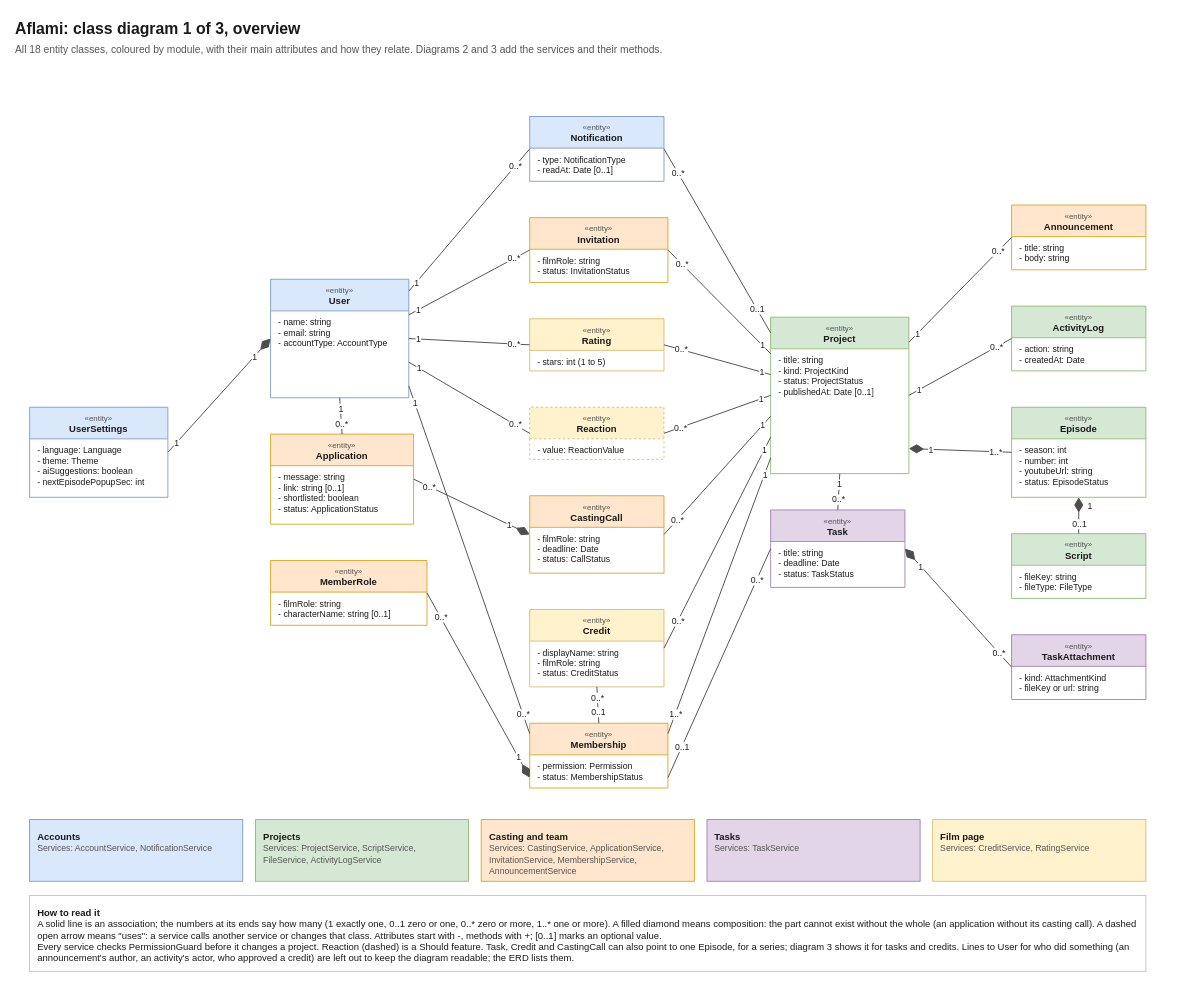
The draw.io diagram design/diagrams/Aflami_Class_Diagram.drawio in Anas-Azib/Aflami, before the edit. Source tidied: cells renumbered, new cells numbered last; positions are measured from the earlier drawing's top-left corner, leaving out a move shared by most shapes. Both pictures are drawn from the tidied source at 79%, with x=0, y=0 at pixel (13, 13).
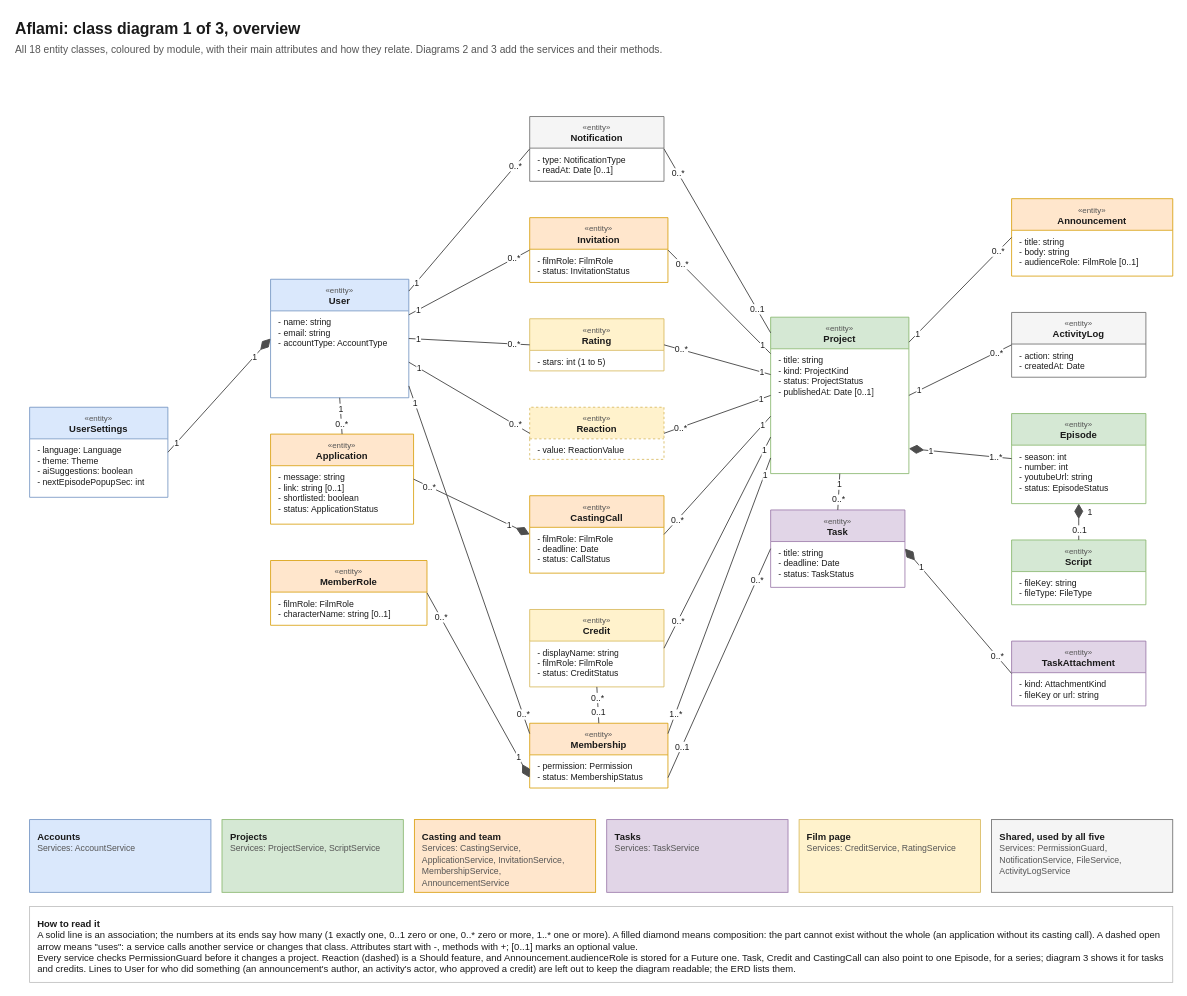
Above is the later version.

Unchanged cells that the change refers to:
```xml
<mxCell id="19" value="&lt;font style=&quot;font-size: 10px;&quot; color=&quot;#555555&quot;&gt;«entity»&lt;/font&gt;&lt;br&gt;&lt;b&gt;CastingCall&lt;/b&gt;" style="swimlane;fontStyle=0;align=center;verticalAlign=top;horizontal=1;startSize=40;whiteSpace=wrap;html=1;fillColor=#FFE6CC;strokeColor=#D79B00;swimlaneFillColor=#FFFFFF;fontSize=12;fontColor=#1A1A1A;" parent="1" vertex="1">
  <mxGeometry x="653" y="610" width="170" height="98" as="geometry" />
</mxCell>
<mxCell id="23" value="&lt;font style=&quot;font-size: 10px;&quot; color=&quot;#555555&quot;&gt;«entity»&lt;/font&gt;&lt;br&gt;&lt;b&gt;Invitation&lt;/b&gt;" style="swimlane;fontStyle=0;align=center;verticalAlign=top;horizontal=1;startSize=40;whiteSpace=wrap;html=1;fillColor=#FFE6CC;strokeColor=#D79B00;swimlaneFillColor=#FFFFFF;fontSize=12;fontColor=#1A1A1A;" parent="1" vertex="1">
  <mxGeometry x="653" y="258" width="175" height="82" as="geometry" />
</mxCell>
<mxCell id="27" value="&lt;font style=&quot;font-size: 10px;&quot; color=&quot;#555555&quot;&gt;«entity»&lt;/font&gt;&lt;br&gt;&lt;b&gt;MemberRole&lt;/b&gt;" style="swimlane;fontStyle=0;align=center;verticalAlign=top;horizontal=1;startSize=40;whiteSpace=wrap;html=1;fillColor=#FFE6CC;strokeColor=#D79B00;swimlaneFillColor=#FFFFFF;fontSize=12;fontColor=#1A1A1A;" parent="1" vertex="1">
  <mxGeometry x="325" y="692" width="198" height="82" as="geometry" />
</mxCell>
<mxCell id="33" value="&lt;font style=&quot;font-size: 10px;&quot; color=&quot;#555555&quot;&gt;«entity»&lt;/font&gt;&lt;br&gt;&lt;b&gt;Credit&lt;/b&gt;" style="swimlane;fontStyle=0;align=center;verticalAlign=top;horizontal=1;startSize=40;whiteSpace=wrap;html=1;fillColor=#FFF2CC;strokeColor=#D6B656;swimlaneFillColor=#FFFFFF;fontSize=12;fontColor=#1A1A1A;" parent="1" vertex="1">
  <mxGeometry x="653" y="754" width="170" height="98" as="geometry" />
</mxCell>
<mxCell id="90" style="html=1;rounded=0;strokeColor=#4D4D4D;strokeWidth=1.2;fontSize=11;fontColor=#4D4D4D;labelBackgroundColor=#FFFFFF;endArrow=diamondThin;endFill=1;endSize=16;startArrow=none;exitX=0.0000;exitY=0.5000;exitDx=0;exitDy=0;entryX=1.0000;entryY=0.5000;entryDx=0;entryDy=0;exitPerimeter=0;entryPerimeter=0;" parent="1" edge="1" source="31" target="29">
  <mxGeometry relative="1" as="geometry" />
</mxCell>
<mxCell id="99" style="html=1;rounded=0;strokeColor=#4D4D4D;strokeWidth=1.2;fontSize=11;fontColor=#4D4D4D;labelBackgroundColor=#FFFFFF;endArrow=diamondThin;endFill=1;endSize=16;startArrow=none;exitX=0.0000;exitY=0.5000;exitDx=0;exitDy=0;entryX=1.0000;entryY=0.8400;entryDx=0;entryDy=0;exitPerimeter=0;entryPerimeter=0;" parent="1" edge="1" source="11" target="9">
  <mxGeometry relative="1" as="geometry" />
</mxCell>
<mxCell id="108" style="html=1;rounded=0;strokeColor=#4D4D4D;strokeWidth=1.2;fontSize=11;fontColor=#4D4D4D;labelBackgroundColor=#FFFFFF;endArrow=none;startArrow=none;exitX=0.0000;exitY=0.5000;exitDx=0;exitDy=0;entryX=1.0000;entryY=0.5000;entryDx=0;entryDy=0;exitPerimeter=0;entryPerimeter=0;" parent="1" edge="1" source="17" target="9">
  <mxGeometry relative="1" as="geometry" />
</mxCell>
```

Change to the diagram source:
```diff
@@
-    <mxCell id="7" value="&lt;font style=&quot;font-size: 10px;&quot; color=&quot;#555555&quot;&gt;«entity»&lt;/font&gt;&lt;br&gt;&lt;b&gt;Notification&lt;/b&gt;" style="swimlane;fontStyle=0;align=center;verticalAlign=top;horizontal=1;startSize=40;whiteSpace=wrap;html=1;fillColor=#DAE8FC;strokeColor=#6C8EBF;swimlaneFillColor=#FFFFFF;fontSize=12;fontColor=#1A1A1A;" parent="1" vertex="1">
+    <mxCell id="7" value="&lt;font style=&quot;font-size: 10px;&quot; color=&quot;#555555&quot;&gt;«entity»&lt;/font&gt;&lt;br&gt;&lt;b&gt;Notification&lt;/b&gt;" style="swimlane;fontStyle=0;align=center;verticalAlign=top;horizontal=1;startSize=40;whiteSpace=wrap;html=1;fillColor=#F5F5F5;strokeColor=#666666;swimlaneFillColor=#FFFFFF;fontSize=12;fontColor=#1A1A1A;" parent="1" vertex="1">
       <mxGeometry x="653" y="130" width="170" height="82" as="geometry" />
     </mxCell>
@@
     <mxCell id="11" value="&lt;font style=&quot;font-size: 10px;&quot; color=&quot;#555555&quot;&gt;«entity»&lt;/font&gt;&lt;br&gt;&lt;b&gt;Episode&lt;/b&gt;" style="swimlane;fontStyle=0;align=center;verticalAlign=top;horizontal=1;startSize=40;whiteSpace=wrap;html=1;fillColor=#D5E8D4;strokeColor=#82B366;swimlaneFillColor=#FFFFFF;fontSize=12;fontColor=#1A1A1A;" parent="1" vertex="1">
-      <mxGeometry x="1263" y="498" width="170" height="114" as="geometry" />
+      <mxGeometry x="1263" y="506" width="170" height="114" as="geometry" />
     </mxCell>
@@
     <mxCell id="13" value="&lt;font style=&quot;font-size: 10px;&quot; color=&quot;#555555&quot;&gt;«entity»&lt;/font&gt;&lt;br&gt;&lt;b&gt;Script&lt;/b&gt;" style="swimlane;fontStyle=0;align=center;verticalAlign=top;horizontal=1;startSize=40;whiteSpace=wrap;html=1;fillColor=#D5E8D4;strokeColor=#82B366;swimlaneFillColor=#FFFFFF;fontSize=12;fontColor=#1A1A1A;" parent="1" vertex="1">
-      <mxGeometry x="1263" y="658" width="170" height="82" as="geometry" />
+      <mxGeometry x="1263" y="666" width="170" height="82" as="geometry" />
     </mxCell>
@@
     <mxCell id="15" value="&lt;font style=&quot;font-size: 10px;&quot; color=&quot;#555555&quot;&gt;«entity»&lt;/font&gt;&lt;br&gt;&lt;b&gt;Announcement&lt;/b&gt;" style="swimlane;fontStyle=0;align=center;verticalAlign=top;horizontal=1;startSize=40;whiteSpace=wrap;html=1;fillColor=#FFE6CC;strokeColor=#D79B00;swimlaneFillColor=#FFFFFF;fontSize=12;fontColor=#1A1A1A;" parent="1" vertex="1">
-      <mxGeometry x="1263" y="242" width="170" height="82" as="geometry" />
+      <mxGeometry x="1263" y="234" width="204" height="98" as="geometry" />
     </mxCell>
-    <mxCell id="16" value="- title: string&lt;br&gt;- body: string" style="text;strokeColor=none;fillColor=none;align=left;verticalAlign=top;spacingLeft=8;spacingRight=4;spacingTop=2;overflow=hidden;whiteSpace=wrap;html=1;fontSize=11;fontColor=#1A1A1A;" parent="15" vertex="1">
-      <mxGeometry y="40" width="170" height="42" as="geometry" />
+    <mxCell id="16" value="- title: string&lt;br&gt;- body: string&lt;br&gt;- audienceRole: FilmRole [0..1]" style="text;strokeColor=none;fillColor=none;align=left;verticalAlign=top;spacingLeft=8;spacingRight=4;spacingTop=2;overflow=hidden;whiteSpace=wrap;html=1;fontSize=11;fontColor=#1A1A1A;" parent="15" vertex="1">
+      <mxGeometry y="40" width="204" height="58" as="geometry" />
     </mxCell>
-    <mxCell id="17" value="&lt;font style=&quot;font-size: 10px;&quot; color=&quot;#555555&quot;&gt;«entity»&lt;/font&gt;&lt;br&gt;&lt;b&gt;ActivityLog&lt;/b&gt;" style="swimlane;fontStyle=0;align=center;verticalAlign=top;horizontal=1;startSize=40;whiteSpace=wrap;html=1;fillColor=#D5E8D4;strokeColor=#82B366;swimlaneFillColor=#FFFFFF;fontSize=12;fontColor=#1A1A1A;" parent="1" vertex="1">
-      <mxGeometry x="1263" y="370" width="170" height="82" as="geometry" />
+    <mxCell id="17" value="&lt;font style=&quot;font-size: 10px;&quot; color=&quot;#555555&quot;&gt;«entity»&lt;/font&gt;&lt;br&gt;&lt;b&gt;ActivityLog&lt;/b&gt;" style="swimlane;fontStyle=0;align=center;verticalAlign=top;horizontal=1;startSize=40;whiteSpace=wrap;html=1;fillColor=#F5F5F5;strokeColor=#666666;swimlaneFillColor=#FFFFFF;fontSize=12;fontColor=#1A1A1A;" parent="1" vertex="1">
+      <mxGeometry x="1263" y="378" width="170" height="82" as="geometry" />
     </mxCell>
@@
-    <mxCell id="20" value="- filmRole: string&lt;br&gt;- deadline: Date&lt;br&gt;- status: CallStatus" style="text;strokeColor=none;fillColor=none;align=left;verticalAlign=top;spacingLeft=8;spacingRight=4;spacingTop=2;overflow=hidden;whiteSpace=wrap;html=1;fontSize=11;fontColor=#1A1A1A;" parent="19" vertex="1">
+    <mxCell id="20" value="- filmRole: FilmRole&lt;br&gt;- deadline: Date&lt;br&gt;- status: CallStatus" style="text;strokeColor=none;fillColor=none;align=left;verticalAlign=top;spacingLeft=8;spacingRight=4;spacingTop=2;overflow=hidden;whiteSpace=wrap;html=1;fontSize=11;fontColor=#1A1A1A;" parent="19" vertex="1">
       <mxGeometry y="40" width="170" height="58" as="geometry" />
     </mxCell>
@@
-    <mxCell id="24" value="- filmRole: string&lt;br&gt;- status: InvitationStatus" style="text;strokeColor=none;fillColor=none;align=left;verticalAlign=top;spacingLeft=8;spacingRight=4;spacingTop=2;overflow=hidden;whiteSpace=wrap;html=1;fontSize=11;fontColor=#1A1A1A;" parent="23" vertex="1">
+    <mxCell id="24" value="- filmRole: FilmRole&lt;br&gt;- status: InvitationStatus" style="text;strokeColor=none;fillColor=none;align=left;verticalAlign=top;spacingLeft=8;spacingRight=4;spacingTop=2;overflow=hidden;whiteSpace=wrap;html=1;fontSize=11;fontColor=#1A1A1A;" parent="23" vertex="1">
       <mxGeometry y="40" width="175" height="42" as="geometry" />
     </mxCell>
@@
-    <mxCell id="28" value="- filmRole: string&lt;br&gt;- characterName: string [0..1]" style="text;strokeColor=none;fillColor=none;align=left;verticalAlign=top;spacingLeft=8;spacingRight=4;spacingTop=2;overflow=hidden;whiteSpace=wrap;html=1;fontSize=11;fontColor=#1A1A1A;" parent="27" vertex="1">
+    <mxCell id="28" value="- filmRole: FilmRole&lt;br&gt;- characterName: string [0..1]" style="text;strokeColor=none;fillColor=none;align=left;verticalAlign=top;spacingLeft=8;spacingRight=4;spacingTop=2;overflow=hidden;whiteSpace=wrap;html=1;fontSize=11;fontColor=#1A1A1A;" parent="27" vertex="1">
       <mxGeometry y="40" width="198" height="42" as="geometry" />
     </mxCell>
@@
     <mxCell id="31" value="&lt;font style=&quot;font-size: 10px;&quot; color=&quot;#555555&quot;&gt;«entity»&lt;/font&gt;&lt;br&gt;&lt;b&gt;TaskAttachment&lt;/b&gt;" style="swimlane;fontStyle=0;align=center;verticalAlign=top;horizontal=1;startSize=40;whiteSpace=wrap;html=1;fillColor=#E1D5E7;strokeColor=#9673A6;swimlaneFillColor=#FFFFFF;fontSize=12;fontColor=#1A1A1A;" parent="1" vertex="1">
-      <mxGeometry x="1263" y="786" width="170" height="82" as="geometry" />
+      <mxGeometry x="1263" y="794" width="170" height="82" as="geometry" />
     </mxCell>
@@
-    <mxCell id="34" value="- displayName: string&lt;br&gt;- filmRole: string&lt;br&gt;- status: CreditStatus" style="text;strokeColor=none;fillColor=none;align=left;verticalAlign=top;spacingLeft=8;spacingRight=4;spacingTop=2;overflow=hidden;whiteSpace=wrap;html=1;fontSize=11;fontColor=#1A1A1A;" parent="33" vertex="1">
+    <mxCell id="34" value="- displayName: string&lt;br&gt;- filmRole: FilmRole&lt;br&gt;- status: CreditStatus" style="text;strokeColor=none;fillColor=none;align=left;verticalAlign=top;spacingLeft=8;spacingRight=4;spacingTop=2;overflow=hidden;whiteSpace=wrap;html=1;fontSize=11;fontColor=#1A1A1A;" parent="33" vertex="1">
       <mxGeometry y="40" width="170" height="58" as="geometry" />
     </mxCell>
@@
     <mxCell id="91" value="0..*" style="edgeLabel;html=1;align=center;verticalAlign=middle;fontSize=11;fontColor=#1A1A1A;labelBackgroundColor=#FFFFFF;spacing=1;" parent="90" vertex="1">
-      <mxGeometry x="-0.75" relative="1" as="geometry" />
+      <mxGeometry x="-0.72" relative="1" as="geometry" />
     </mxCell>
@@
     <mxCell id="101" value="1" style="edgeLabel;html=1;align=center;verticalAlign=middle;fontSize=11;fontColor=#1A1A1A;labelBackgroundColor=#FFFFFF;spacing=1;" parent="99" vertex="1">
-      <mxGeometry x="0.58" relative="1" as="geometry" />
+      <mxGeometry x="0.57" relative="1" as="geometry" />
     </mxCell>
@@
     <mxCell id="109" value="0..*" style="edgeLabel;html=1;align=center;verticalAlign=middle;fontSize=11;fontColor=#1A1A1A;labelBackgroundColor=#FFFFFF;spacing=1;" parent="108" vertex="1">
-      <mxGeometry x="-0.7" relative="1" as="geometry" />
+      <mxGeometry x="-0.69" relative="1" as="geometry" />
     </mxCell>
@@
-    <mxCell id="111" value="&lt;b&gt;Accounts&lt;/b&gt;&lt;br&gt;&lt;font color=&quot;#555555&quot; style=&quot;font-size: 11px;&quot;&gt;Services: AccountService, NotificationService&lt;/font&gt;" style="rounded=0;whiteSpace=wrap;html=1;align=left;verticalAlign=top;spacing=10;fillColor=#DAE8FC;strokeColor=#6C8EBF;fontSize=12;fontColor=#1A1A1A;" parent="1" vertex="1">
-      <mxGeometry x="20" y="1020" width="269.8" height="78" as="geometry" />
+    <mxCell id="111" value="&lt;b&gt;Accounts&lt;/b&gt;&lt;br&gt;&lt;font color=&quot;#555555&quot; style=&quot;font-size: 11px;&quot;&gt;Services: AccountService&lt;/font&gt;" style="rounded=0;whiteSpace=wrap;html=1;align=left;verticalAlign=top;spacing=10;fillColor=#DAE8FC;strokeColor=#6C8EBF;fontSize=12;fontColor=#1A1A1A;" parent="1" vertex="1">
+      <mxGeometry x="20" y="1020" width="229.5" height="92" as="geometry" />
     </mxCell>
-    <mxCell id="112" value="&lt;b&gt;Projects&lt;/b&gt;&lt;br&gt;&lt;font color=&quot;#555555&quot; style=&quot;font-size: 11px;&quot;&gt;Services: ProjectService, ScriptService, FileService, ActivityLogService&lt;/font&gt;" style="rounded=0;whiteSpace=wrap;html=1;align=left;verticalAlign=top;spacing=10;fillColor=#D5E8D4;strokeColor=#82B366;fontSize=12;fontColor=#1A1A1A;" parent="1" vertex="1">
-      <mxGeometry x="305.8" y="1020" width="269.8" height="78" as="geometry" />
+    <mxCell id="112" value="&lt;b&gt;Projects&lt;/b&gt;&lt;br&gt;&lt;font color=&quot;#555555&quot; style=&quot;font-size: 11px;&quot;&gt;Services: ProjectService, ScriptService&lt;/font&gt;" style="rounded=0;whiteSpace=wrap;html=1;align=left;verticalAlign=top;spacing=10;fillColor=#D5E8D4;strokeColor=#82B366;fontSize=12;fontColor=#1A1A1A;" parent="1" vertex="1">
+      <mxGeometry x="263.5" y="1020" width="229.5" height="92" as="geometry" />
     </mxCell>
     <mxCell id="113" value="&lt;b&gt;Casting and team&lt;/b&gt;&lt;br&gt;&lt;font color=&quot;#555555&quot; style=&quot;font-size: 11px;&quot;&gt;Services: CastingService, ApplicationService, InvitationService, MembershipService, AnnouncementService&lt;/font&gt;" style="rounded=0;whiteSpace=wrap;html=1;align=left;verticalAlign=top;spacing=10;fillColor=#FFE6CC;strokeColor=#D79B00;fontSize=12;fontColor=#1A1A1A;" parent="1" vertex="1">
-      <mxGeometry x="591.6" y="1020" width="269.8" height="78" as="geometry" />
+      <mxGeometry x="507" y="1020" width="229.5" height="92" as="geometry" />
     </mxCell>
     <mxCell id="114" value="&lt;b&gt;Tasks&lt;/b&gt;&lt;br&gt;&lt;font color=&quot;#555555&quot; style=&quot;font-size: 11px;&quot;&gt;Services: TaskService&lt;/font&gt;" style="rounded=0;whiteSpace=wrap;html=1;align=left;verticalAlign=top;spacing=10;fillColor=#E1D5E7;strokeColor=#9673A6;fontSize=12;fontColor=#1A1A1A;" parent="1" vertex="1">
-      <mxGeometry x="877.4" y="1020" width="269.8" height="78" as="geometry" />
+      <mxGeometry x="750.5" y="1020" width="229.5" height="92" as="geometry" />
     </mxCell>
     <mxCell id="115" value="&lt;b&gt;Film page&lt;/b&gt;&lt;br&gt;&lt;font color=&quot;#555555&quot; style=&quot;font-size: 11px;&quot;&gt;Services: CreditService, RatingService&lt;/font&gt;" style="rounded=0;whiteSpace=wrap;html=1;align=left;verticalAlign=top;spacing=10;fillColor=#FFF2CC;strokeColor=#D6B656;fontSize=12;fontColor=#1A1A1A;" parent="1" vertex="1">
-      <mxGeometry x="1163.2" y="1020" width="269.8" height="78" as="geometry" />
+      <mxGeometry x="994" y="1020" width="229.5" height="92" as="geometry" />
     </mxCell>
-    <mxCell id="116" value="&lt;b&gt;How to read it&lt;/b&gt;&lt;br&gt;A solid line is an association; the numbers at its ends say how many (1 exactly one, 0..1 zero or one, 0..* zero or more, 1..* one or more). A filled diamond means composition: the part cannot exist without the whole (an application without its casting call). A dashed open arrow means &quot;uses&quot;: a service calls another service or changes that class. Attributes start with -, methods with +; [0..1] marks an optional value.&lt;br&gt;Every service checks PermissionGuard before it changes a project. Reaction (dashed) is a Should feature. Task, Credit and CastingCall can also point to one Episode, for a series; diagram 3 shows it for tasks and credits. Lines to User for who did something (an announcement's author, an activity's actor, who approved a credit) are left out to keep the diagram readable; the ERD lists them." style="rounded=0;whiteSpace=wrap;html=1;align=left;verticalAlign=top;spacing=10;fillColor=#FFFFFF;strokeColor=#BBBBBB;fontSize=12;fontColor=#1A1A1A;" parent="1" vertex="1">
-      <mxGeometry x="20" y="1116" width="1413" height="96" as="geometry" />
+    <mxCell id="116" value="&lt;b&gt;Shared, used by all five&lt;/b&gt;&lt;br&gt;&lt;font color=&quot;#555555&quot; style=&quot;font-size: 11px;&quot;&gt;Services: PermissionGuard, NotificationService, FileService, ActivityLogService&lt;/font&gt;" style="rounded=0;whiteSpace=wrap;html=1;align=left;verticalAlign=top;spacing=10;fillColor=#F5F5F5;strokeColor=#666666;fontSize=12;fontColor=#1A1A1A;" parent="1" vertex="1">
+      <mxGeometry x="1237.5" y="1020" width="229.5" height="92" as="geometry" />
     </mxCell>
+    <mxCell id="117" value="&lt;b&gt;How to read it&lt;/b&gt;&lt;br&gt;A solid line is an association; the numbers at its ends say how many (1 exactly one, 0..1 zero or one, 0..* zero or more, 1..* one or more). A filled diamond means composition: the part cannot exist without the whole (an application without its casting call). A dashed open arrow means &quot;uses&quot;: a service calls another service or changes that class. Attributes start with -, methods with +; [0..1] marks an optional value.&lt;br&gt;Every service checks PermissionGuard before it changes a project. Reaction (dashed) is a Should feature, and Announcement.audienceRole is stored for a Future one. Task, Credit and CastingCall can also point to one Episode, for a series; diagram 3 shows it for tasks and credits. Lines to User for who did something (an announcement's author, an activity's actor, who approved a credit) are left out to keep the diagram readable; the ERD lists them." style="rounded=0;whiteSpace=wrap;html=1;align=left;verticalAlign=top;spacing=10;fillColor=#FFFFFF;strokeColor=#BBBBBB;fontSize=12;fontColor=#1A1A1A;" parent="1" vertex="1">
+      <mxGeometry x="20" y="1130" width="1447" height="96" as="geometry" />
+    </mxCell>
```
